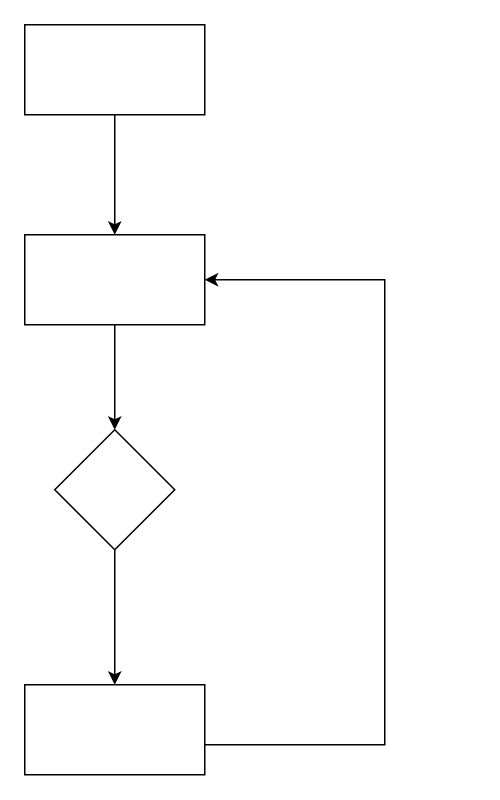
Above: 未命名绘图.drawio in zhouzhihui12/Drawio_drawing (draw.io), before the change. Source tidied: cells renumbered, new cells numbered last; positions are measured from the earlier drawing's top-left corner, leaving out a move shared by most shapes. Both pictures are drawn from the tidied source at 150%, with x=0, y=0 at pixel (24, 24).
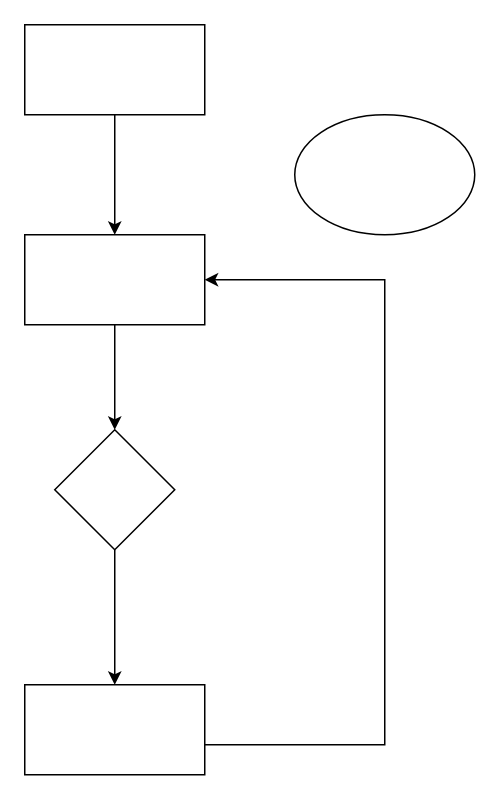
Above is the later version.

Commit message:
更新未命名绘图.drawio

The edit, as a diff of the source:
```diff
@@
 <mxGraphModel>
   <root>
     <mxCell id="0" />
     <mxCell id="1" parent="0" />
     <mxCell id="2" style="edgeStyle=orthogonalEdgeStyle;rounded=0;jettySize=auto;html=1;" parent="1" edge="1" source="3" target="5">
       <mxGeometry relative="1" as="geometry" />
     </mxCell>
     <mxCell id="3" style="rounded=0;whiteSpace=wrap;html=1;" parent="1" vertex="1">
       <mxGeometry width="120" height="60" as="geometry" />
     </mxCell>
     <mxCell id="4" style="edgeStyle=orthogonalEdgeStyle;rounded=0;jettySize=auto;html=1;" parent="1" edge="1" source="5" target="7">
       <mxGeometry relative="1" as="geometry" />
     </mxCell>
     <mxCell id="5" style="rounded=0;whiteSpace=wrap;html=1;" parent="1" vertex="1">
       <mxGeometry y="140" width="120" height="60" as="geometry" />
     </mxCell>
     <mxCell id="6" style="edgeStyle=orthogonalEdgeStyle;rounded=0;jettySize=auto;html=1;" parent="1" edge="1" source="7" target="9">
       <mxGeometry relative="1" as="geometry" />
     </mxCell>
     <mxCell id="7" style="rhombus;whiteSpace=wrap;html=1;rounded=0;" parent="1" vertex="1">
       <mxGeometry x="20" y="270" width="80" height="80" as="geometry" />
     </mxCell>
     <mxCell id="8" style="edgeStyle=orthogonalEdgeStyle;rounded=0;jettySize=auto;html=1;entryX=1;entryY=0.5;entryDx=0;entryDy=0;" parent="1" edge="1" source="9" target="5">
       <mxGeometry relative="1" as="geometry">
         <Array as="points">
           <mxPoint x="240" y="480" />
           <mxPoint x="240" y="170" />
         </Array>
       </mxGeometry>
     </mxCell>
     <mxCell id="9" style="whiteSpace=wrap;html=1;rounded=0;" parent="1" vertex="1">
       <mxGeometry y="440" width="120" height="60" as="geometry" />
     </mxCell>
+    <mxCell id="10" style="ellipse;whiteSpace=wrap;html=1;" parent="1" vertex="1">
+      <mxGeometry x="180" y="60" width="120" height="80" as="geometry" />
+    </mxCell>
   </root>
 </mxGraphModel>
```
